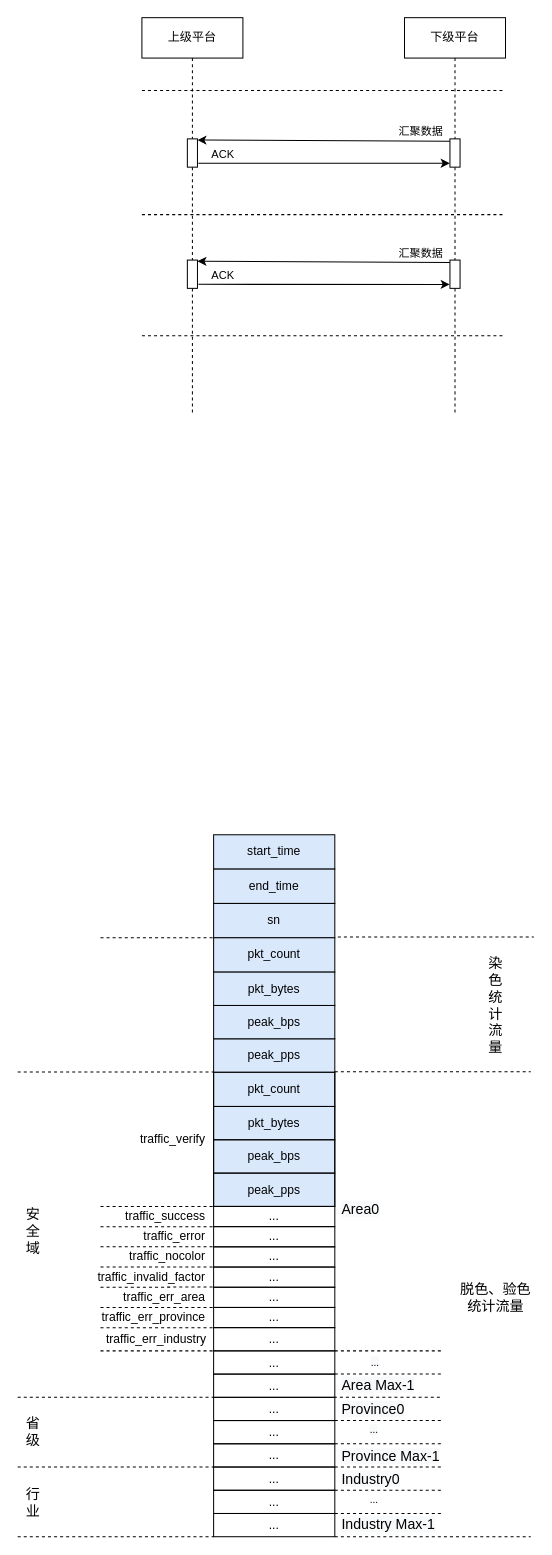
Above: page "染色-设备流量结构图" (4 of 9) of 染色平台.drawio in liubocoder/diagrams (draw.io), before the change. Source tidied: cells renumbered, new cells numbered last; positions are measured from the earlier drawing's top-left corner, leaving out a move shared by most shapes. Both pictures are drawn from the tidied source at 101%, with x=0, y=0 at pixel (17, 17).
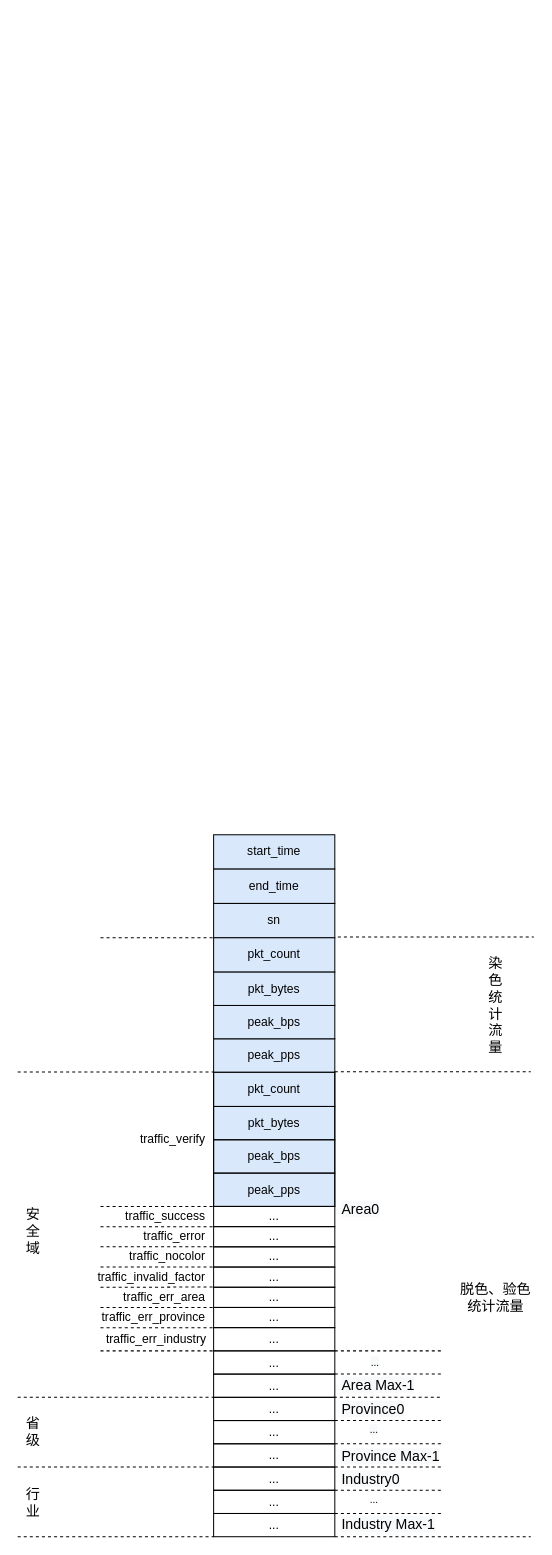
Above is the later version.

Diff of the diagram source:
```diff
@@
-    <mxCell id="2" value="上级平台" style="shape=umlLifeline;perimeter=lifelinePerimeter;whiteSpace=wrap;html=1;" parent="1" vertex="1">
-      <mxGeometry x="123" width="100" height="392" as="geometry" />
-    </mxCell>
-    <mxCell id="3" style="html=1;points=[];perimeter=orthogonalPerimeter;" parent="2" vertex="1">
-      <mxGeometry x="45" y="120" width="10" height="28" as="geometry" />
-    </mxCell>
-    <mxCell id="4" style="html=1;points=[];perimeter=orthogonalPerimeter;" parent="2" vertex="1">
-      <mxGeometry x="45" y="240" width="10" height="28" as="geometry" />
-    </mxCell>
-    <mxCell id="5" style="edgeStyle=none;rounded=0;jettySize=auto;html=1;exitX=0;exitY=0.15;exitDx=0;exitDy=0;exitPerimeter=0;entryX=0.995;entryY=0.043;entryDx=0;entryDy=0;entryPerimeter=0;" parent="2" edge="1" target="4">
-      <mxGeometry relative="1" as="geometry">
-        <mxPoint x="305" y="242.4" as="sourcePoint" />
-      </mxGeometry>
-    </mxCell>
-    <mxCell id="6" value="汇聚数据" style="edgeLabel;html=1;align=center;verticalAlign=middle;" parent="5" vertex="1">
-      <mxGeometry x="-0.34" y="1" relative="1" as="geometry">
-        <mxPoint x="54" y="-11" as="offset" />
-      </mxGeometry>
-    </mxCell>
-    <mxCell id="7" style="endArrow=classic;html=1;rounded=0;exitX=1.09;exitY=0.859;exitDx=0;exitDy=0;exitPerimeter=0;entryX=-0.023;entryY=0.859;entryDx=0;entryDy=0;entryPerimeter=0;" parent="2" edge="1" source="4">
-      <mxGeometry relative="1" as="geometry">
-        <mxPoint x="304.8" y="264.1" as="targetPoint" />
-      </mxGeometry>
-    </mxCell>
-    <mxCell id="8" value="ACK" style="edgeLabel;html=1;align=center;verticalAlign=middle;" parent="7" vertex="1">
-      <mxGeometry x="-0.09" y="-2" relative="1" as="geometry">
-        <mxPoint x="-89" y="-12" as="offset" />
-      </mxGeometry>
-    </mxCell>
-    <mxCell id="9" style="endArrow=none;dashed=1;html=1;rounded=0;" parent="1" edge="1">
-      <mxGeometry relative="1" as="geometry">
-        <mxPoint x="123" y="72" as="sourcePoint" />
-        <mxPoint x="483" y="72" as="targetPoint" />
-      </mxGeometry>
-    </mxCell>
-    <mxCell id="10" value="下级平台" style="shape=umlLifeline;perimeter=lifelinePerimeter;whiteSpace=wrap;html=1;" parent="1" vertex="1">
-      <mxGeometry x="383" width="100" height="392" as="geometry" />
-    </mxCell>
-    <mxCell id="11" style="html=1;perimeter=orthogonalPerimeter;" parent="10" vertex="1">
-      <mxGeometry x="45" y="120" width="10" height="28" as="geometry" />
-    </mxCell>
-    <mxCell id="12" style="html=1;perimeter=orthogonalPerimeter;" parent="10" vertex="1">
-      <mxGeometry x="45" y="240" width="10" height="28" as="geometry" />
-    </mxCell>
-    <mxCell id="13" style="edgeStyle=none;rounded=0;jettySize=auto;html=1;exitX=0;exitY=0.15;exitDx=0;exitDy=0;exitPerimeter=0;entryX=0.995;entryY=0.043;entryDx=0;entryDy=0;entryPerimeter=0;" parent="1" edge="1" target="3">
-      <mxGeometry relative="1" as="geometry">
-        <mxPoint x="428" y="122.4" as="sourcePoint" />
-      </mxGeometry>
-    </mxCell>
-    <mxCell id="14" value="汇聚数据" style="edgeLabel;html=1;align=center;verticalAlign=middle;" parent="13" vertex="1">
-      <mxGeometry x="-0.34" y="1" relative="1" as="geometry">
-        <mxPoint x="54" y="-11" as="offset" />
-      </mxGeometry>
-    </mxCell>
-    <mxCell id="15" style="endArrow=none;dashed=1;html=1;rounded=0;" parent="1" edge="1">
-      <mxGeometry relative="1" as="geometry">
-        <mxPoint x="123" y="195" as="sourcePoint" />
-        <mxPoint x="483" y="195" as="targetPoint" />
-      </mxGeometry>
-    </mxCell>
-    <mxCell id="16" style="endArrow=none;dashed=1;html=1;rounded=0;" parent="1" edge="1">
-      <mxGeometry relative="1" as="geometry">
-        <mxPoint x="123" y="315" as="sourcePoint" />
-        <mxPoint x="483" y="315" as="targetPoint" />
-      </mxGeometry>
-    </mxCell>
-    <mxCell id="17" style="endArrow=classic;html=1;rounded=0;exitX=1.09;exitY=0.859;exitDx=0;exitDy=0;exitPerimeter=0;entryX=-0.023;entryY=0.859;entryDx=0;entryDy=0;entryPerimeter=0;" parent="1" edge="1" source="3">
-      <mxGeometry relative="1" as="geometry">
-        <mxPoint x="427.8" y="144.1" as="targetPoint" />
-      </mxGeometry>
-    </mxCell>
-    <mxCell id="18" value="ACK" style="edgeLabel;html=1;align=center;verticalAlign=middle;" parent="17" vertex="1">
-      <mxGeometry x="-0.09" y="-2" relative="1" as="geometry">
-        <mxPoint x="-89" y="-12" as="offset" />
-      </mxGeometry>
-    </mxCell>
```
